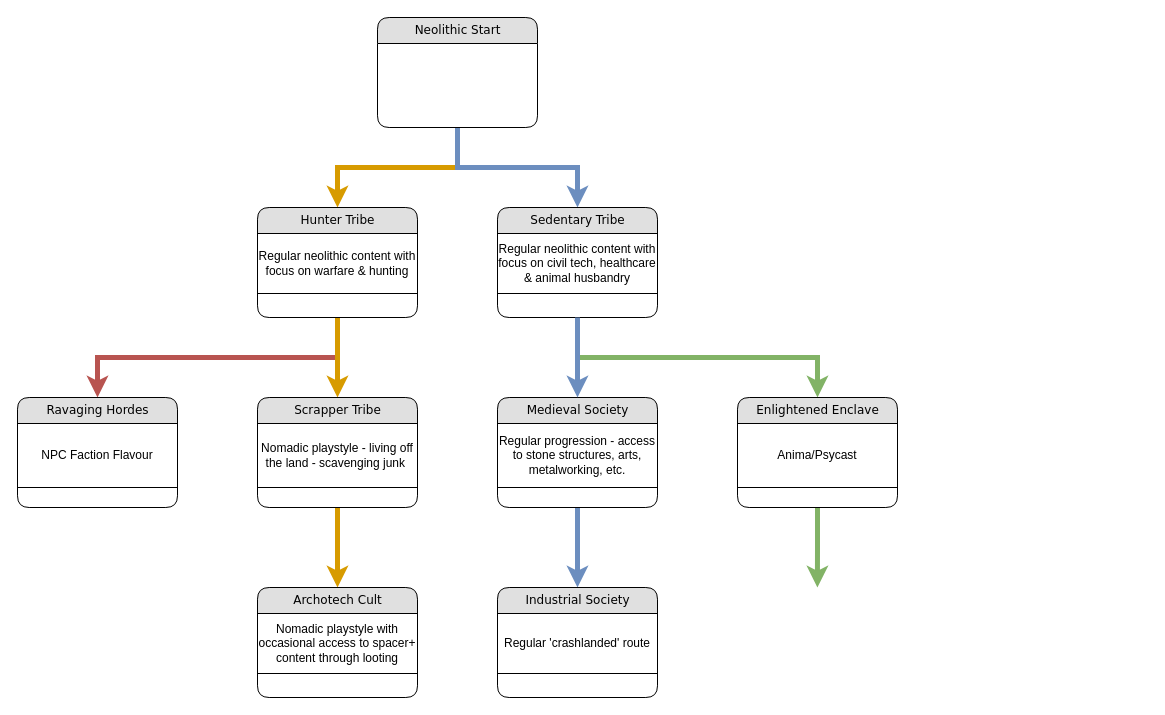
Earlier version of the draw.io diagram Triabl Tech.drawio (WaveshaperAT/stuff). Source tidied: cells renumbered, new cells numbered last; positions are measured from the earlier drawing's top-left corner, leaving out a move shared by most shapes. Both pictures are drawn from the tidied source at 100%, with x=0, y=0 at pixel (17, 17).
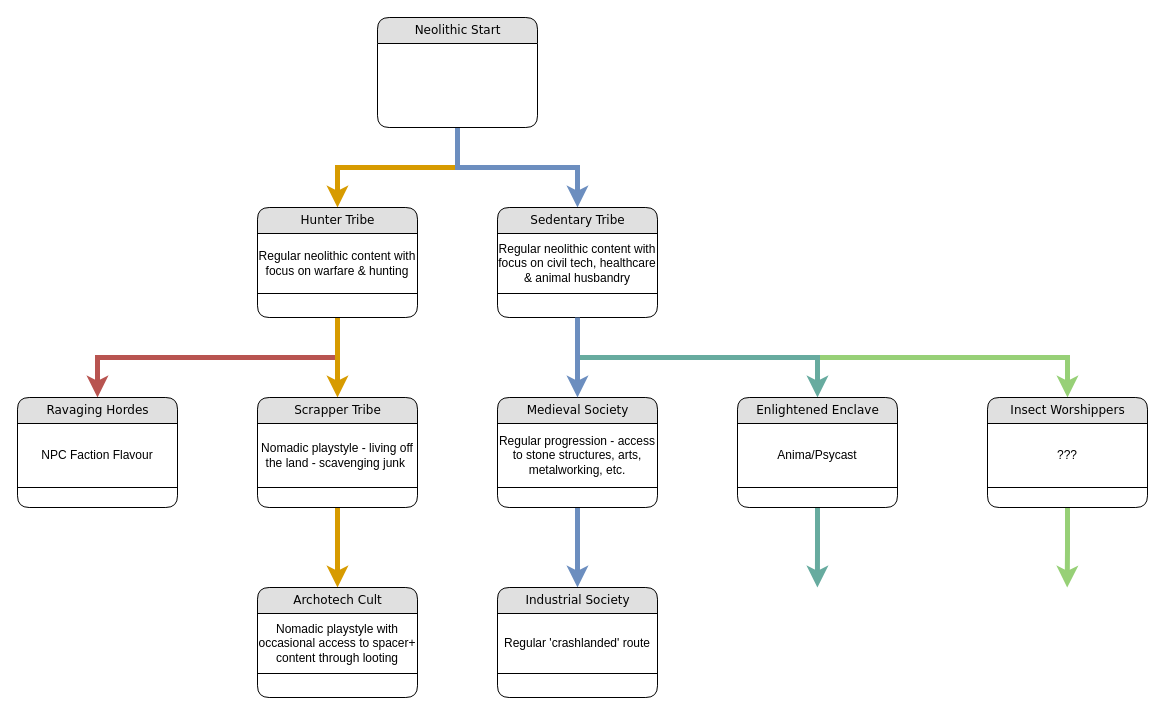
The same diagram, later.

Unchanged cells that the change refers to:
```xml
<mxCell id="10" value="Sedentary Tribe" style="swimlane;html=1;fontStyle=0;horizontal=1;startSize=26;fillColor=#e0e0e0;swimlaneFillColor=#ffffff;align=center;rounded=1;shadow=0;comic=0;labelBackgroundColor=none;strokeWidth=1;fontFamily=Verdana;fontSize=12;" parent="1" vertex="1">
  <mxGeometry x="480" y="190" width="160" height="110" as="geometry" />
</mxCell>
<mxCell id="21" value="Enlightened Enclave" style="swimlane;html=1;fontStyle=0;horizontal=1;startSize=26;fillColor=#e0e0e0;swimlaneFillColor=#ffffff;align=center;rounded=1;shadow=0;comic=0;labelBackgroundColor=none;strokeWidth=1;fontFamily=Verdana;fontSize=12;" parent="1" vertex="1">
  <mxGeometry x="720" y="380" width="160" height="110" as="geometry" />
</mxCell>
```

What changed in the source:
```diff
@@
+    <mxCell id="28" style="edgeStyle=orthogonalEdgeStyle;rounded=0;jettySize=auto;html=1;exitX=0.5;exitY=1;exitDx=0;exitDy=0;strokeWidth=5;fillColor=#d5e8d4;strokeColor=#97D077;" parent="1" edge="1" source="10" target="30">
+      <mxGeometry relative="1" as="geometry" />
+    </mxCell>
@@
-    <mxCell id="9" style="edgeStyle=orthogonalEdgeStyle;rounded=0;jettySize=auto;html=1;exitX=0.5;exitY=1;exitDx=0;exitDy=0;strokeWidth=5;fillColor=#d5e8d4;strokeColor=#82b366;" parent="1" edge="1" source="10" target="21">
+    <mxCell id="9" style="edgeStyle=orthogonalEdgeStyle;rounded=0;jettySize=auto;html=1;exitX=0.5;exitY=1;exitDx=0;exitDy=0;strokeWidth=5;fillColor=#d5e8d4;strokeColor=#67AB9F;" parent="1" edge="1" source="10" target="21">
       <mxGeometry relative="1" as="geometry" />
     </mxCell>
@@
-    <mxCell id="20" style="edgeStyle=orthogonalEdgeStyle;rounded=0;jettySize=auto;html=1;exitX=0.5;exitY=1;exitDx=0;exitDy=0;strokeWidth=5;fillColor=#d5e8d4;strokeColor=#82b366;" parent="1" edge="1" source="21">
+    <mxCell id="20" style="edgeStyle=orthogonalEdgeStyle;rounded=0;jettySize=auto;html=1;exitX=0.5;exitY=1;exitDx=0;exitDy=0;strokeWidth=5;fillColor=#d5e8d4;strokeColor=#67AB9F;" parent="1" edge="1" source="21">
       <mxGeometry relative="1" as="geometry">
         <mxPoint x="799.9" y="570" as="targetPoint" />
       </mxGeometry>
     </mxCell>
@@
+    <mxCell id="29" style="edgeStyle=orthogonalEdgeStyle;rounded=0;jettySize=auto;html=1;exitX=0.5;exitY=1;exitDx=0;exitDy=0;strokeWidth=5;fillColor=#d5e8d4;strokeColor=#97D077;" parent="1" edge="1" source="30">
+      <mxGeometry relative="1" as="geometry">
+        <mxPoint x="1049.7" y="570" as="targetPoint" />
+      </mxGeometry>
+    </mxCell>
+    <mxCell id="30" value="Insect Worshippers" style="swimlane;html=1;fontStyle=0;horizontal=1;startSize=26;fillColor=#e0e0e0;swimlaneFillColor=#ffffff;align=center;rounded=1;shadow=0;comic=0;labelBackgroundColor=none;strokeWidth=1;fontFamily=Verdana;fontSize=12;" parent="1" vertex="1">
+      <mxGeometry x="970" y="380" width="160" height="110" as="geometry" />
+    </mxCell>
+    <mxCell id="31" value="???" style="rounded=0;whiteSpace=wrap;html=1;" parent="30" vertex="1">
+      <mxGeometry y="26" width="160" height="64" as="geometry" />
+    </mxCell>
```
